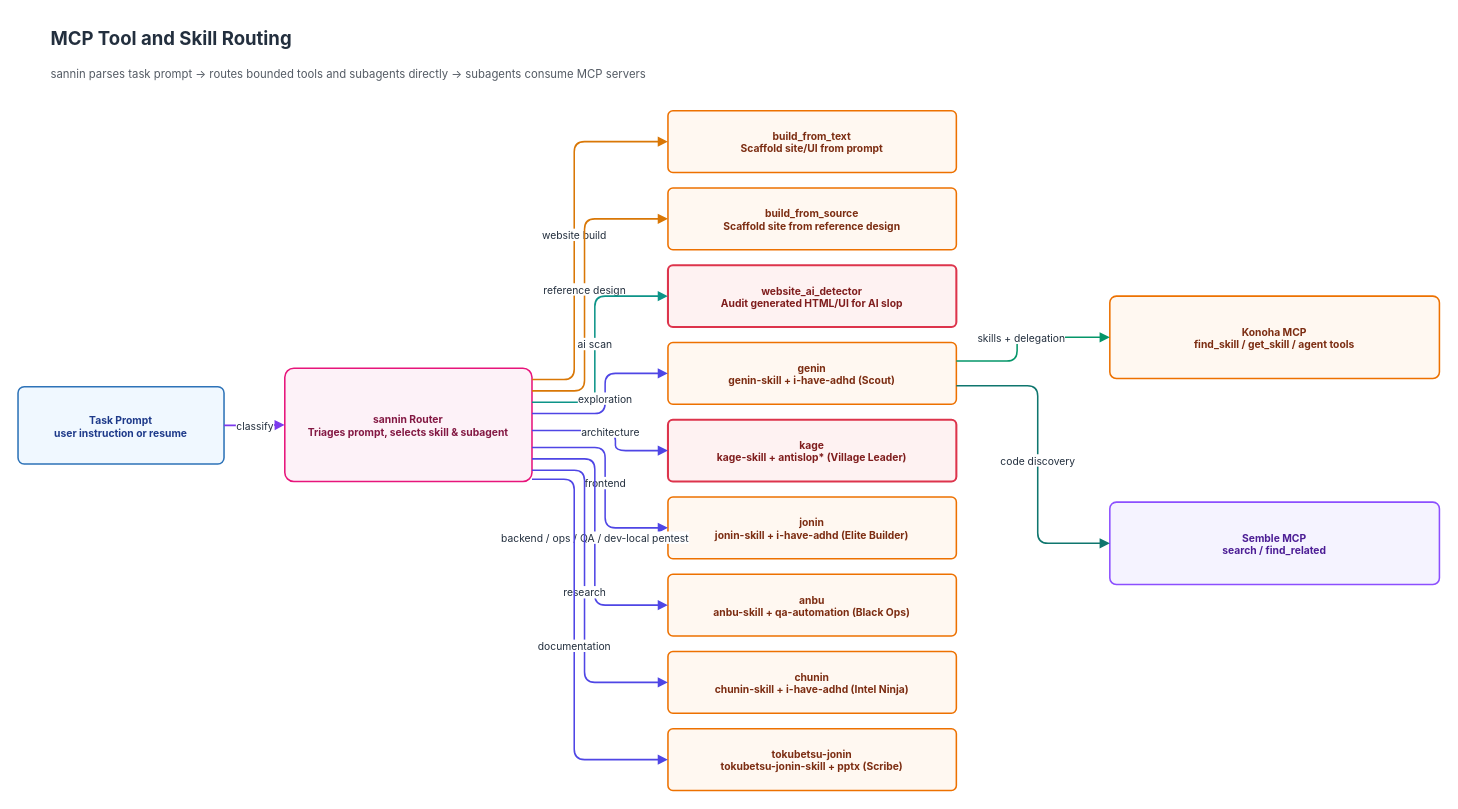
This is page "03 MCP Tool and Skill Routing" (3 of 15) of docs/diagrams/konoha-enterprise-architecture.drawio from andycungkrinx91/konoha, a draw.io file, before an edit. Source tidied: cells renumbered, new cells numbered last; positions are measured from the earlier drawing's top-left corner, leaving out a move shared by most shapes. Both pictures are drawn from the tidied source at 103%, with x=0, y=0 at pixel (18, 18).
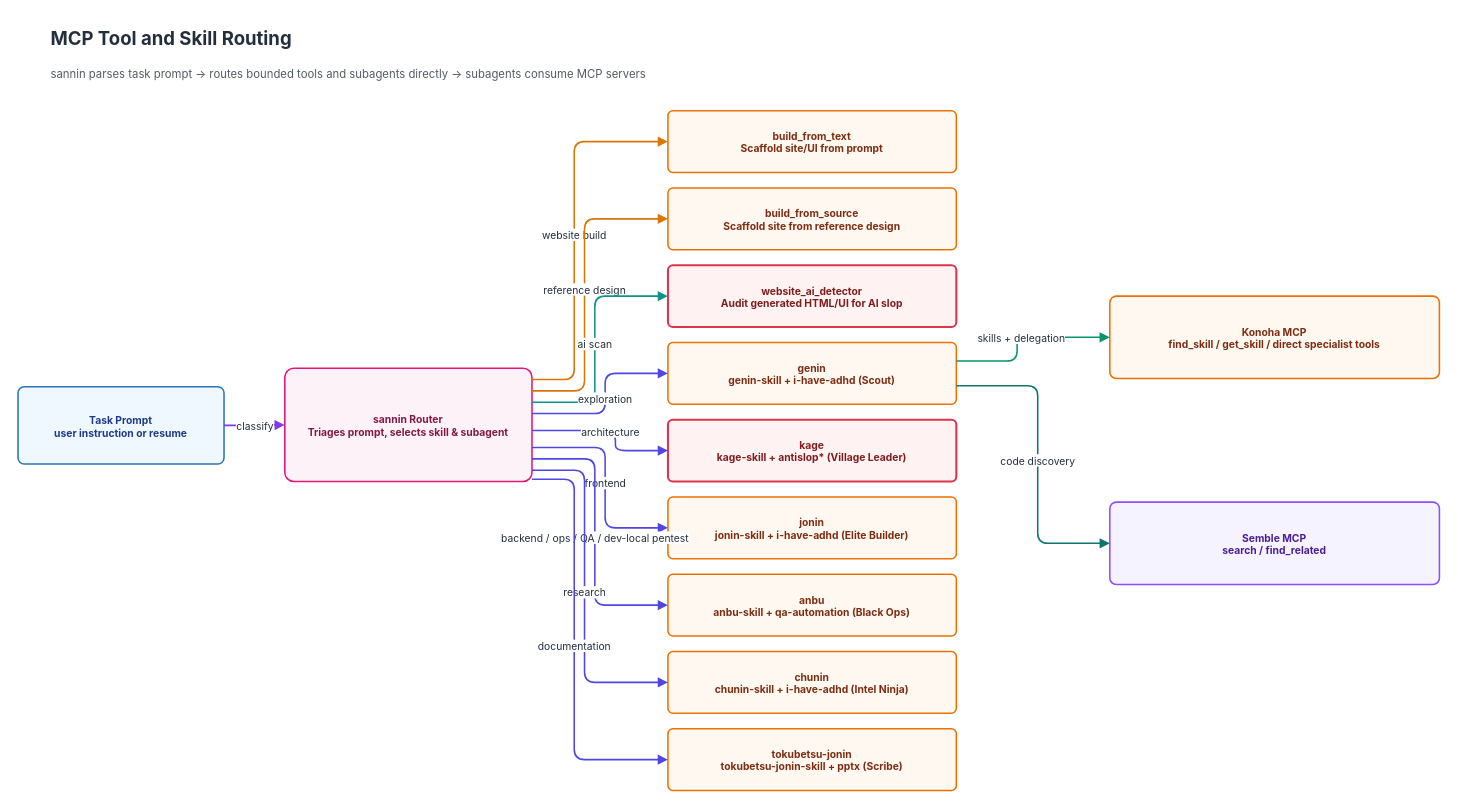
The same diagram, later.

The edit, as a diff of the source:
```diff
@@
-    <mxCell id="15" value="Konoha MCP&#10;find_skill / get_skill / agent tools" style="rounded=1;arcSize=8;html=1;whiteSpace=wrap;fillColor=#FFF8F1;strokeColor=#ED7100;strokeWidth=1.5;fontFamily=Inter, system-ui, -apple-system;fontSize=10;fontColor=#7C2D12;fontStyle=1;shadow=0;" parent="1" vertex="1">
+    <mxCell id="15" value="Konoha MCP&#10;find_skill / get_skill / direct specialist tools" style="rounded=1;arcSize=8;html=1;whiteSpace=wrap;fillColor=#FFF8F1;strokeColor=#ED7100;strokeWidth=1.5;fontFamily=Inter, system-ui, -apple-system;fontSize=10;fontColor=#7C2D12;fontStyle=1;shadow=0;" parent="1" vertex="1">
       <mxGeometry x="1060" y="270" width="320" height="80" as="geometry" />
     </mxCell>
```
